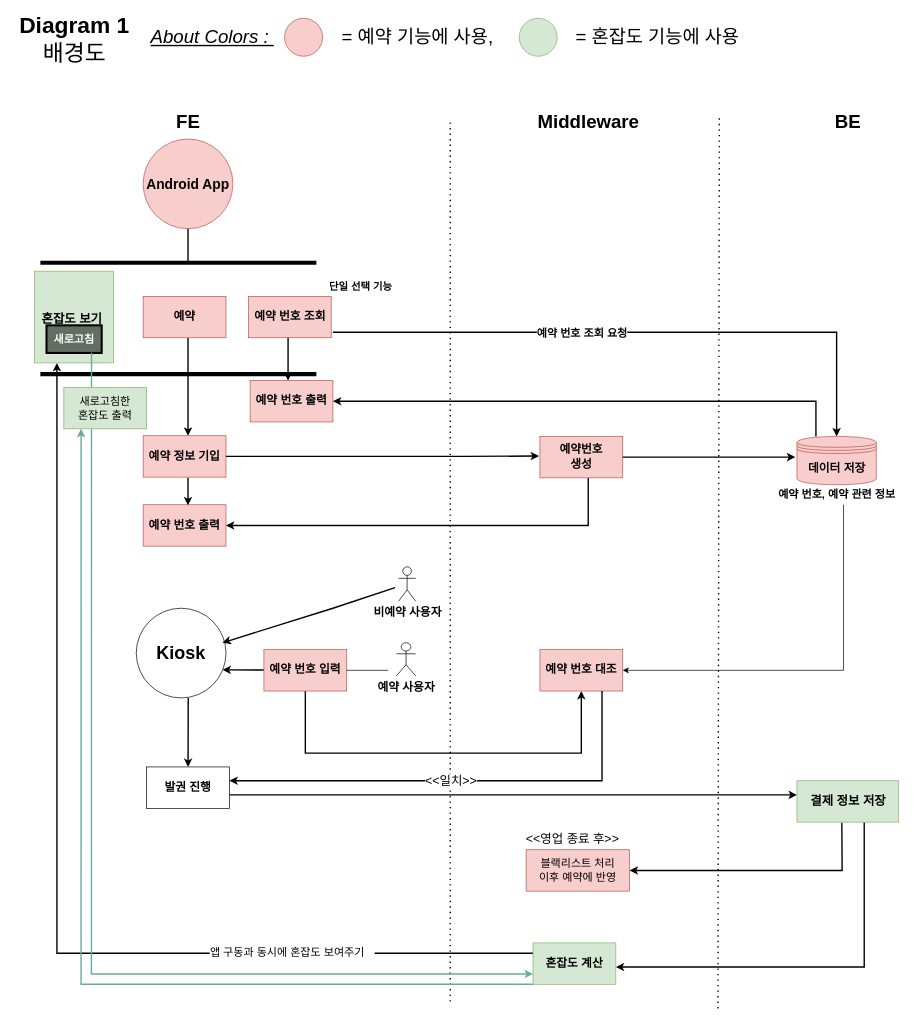
Before: Background_Diagram_01_SWProject.drawio in StrongCatWill/SWProject, a draw.io diagram. Source tidied: cells renumbered, new cells numbered last; positions are measured from the earlier drawing's top-left corner, leaving out a move shared by most shapes. Both pictures are drawn from the tidied source at 69%, with x=0, y=0 at pixel (12, 18).
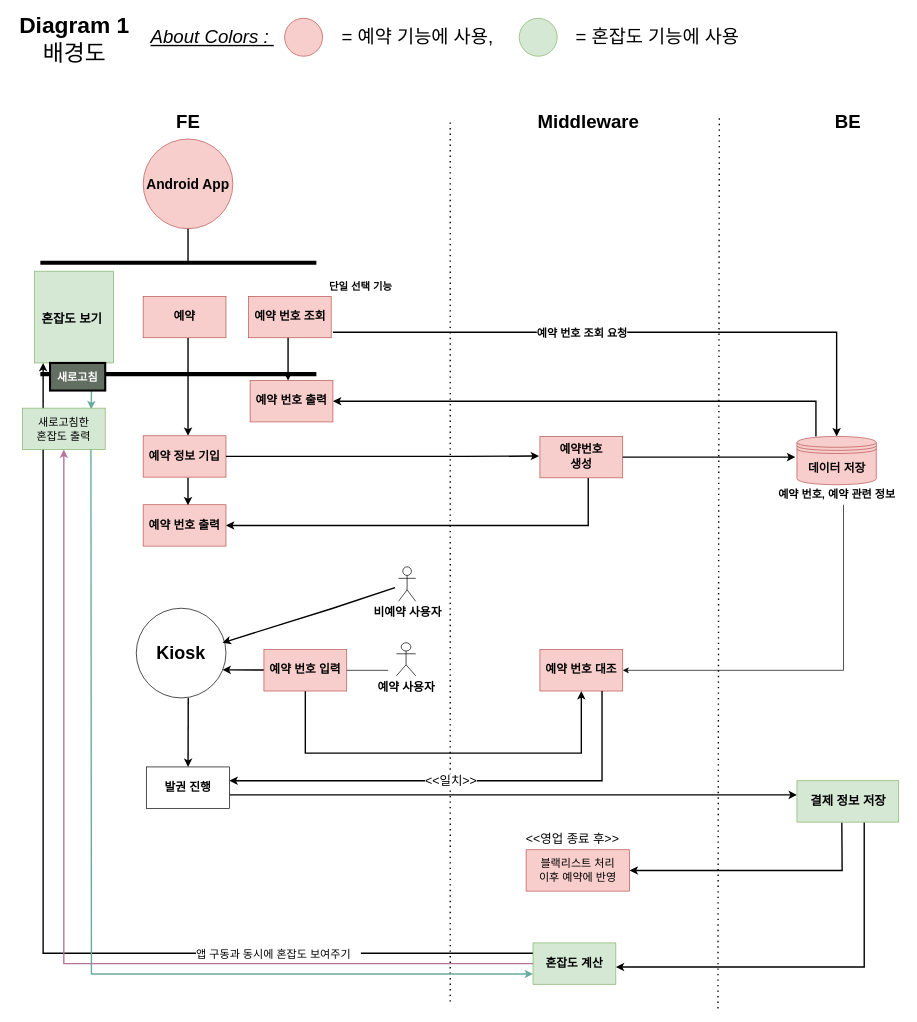
Above is the later version.

The change refers to these unchanged cells:
```xml
<mxCell id="47" value="&lt;b&gt;혼잡도 계산&lt;/b&gt;" style="whiteSpace=wrap;html=1;fontSize=17;fillColor=#d5e8d4;strokeColor=#82b366;rounded=0;" parent="1" vertex="1">
  <mxGeometry x="755" y="1340" width="120" height="60" as="geometry" />
</mxCell>
<mxCell id="56" value="&lt;font style=&quot;font-size: 18px&quot;&gt;&lt;b&gt;혼잡도 보기&amp;nbsp;&lt;/b&gt;&lt;/font&gt;" style="rounded=0;whiteSpace=wrap;html=1;labelBackgroundColor=none;fontSize=27;fillColor=#d5e8d4;strokeColor=#82b366;" parent="1" vertex="1">
  <mxGeometry x="32.5" y="366.5" width="114.7" height="133" as="geometry" />
</mxCell>
```

Change to the diagram source:
```diff
@@
+    <mxCell id="62" style="endArrow=classic;html=1;rounded=0;fontSize=16;fontColor=#000000;strokeColor=#67AB9F;strokeWidth=2;entryX=0.831;entryY=0.026;entryDx=0;entryDy=0;entryPerimeter=0;" parent="1" edge="1" target="61">
+      <mxGeometry relative="1" as="geometry">
+        <mxPoint x="115" y="539.5" as="sourcePoint" />
+      </mxGeometry>
+    </mxCell>
@@
     <mxCell id="45" style="edgeStyle=orthogonalEdgeStyle;rounded=0;jettySize=auto;html=1;fontSize=16;fontColor=#FFFFFF;strokeWidth=2;" parent="1" edge="1" source="47" target="56">
       <mxGeometry relative="1" as="geometry">
         <Array as="points">
-          <mxPoint x="65" y="1355" />
+          <mxPoint x="45" y="1355" />
         </Array>
       </mxGeometry>
     </mxCell>
@@
     <mxCell id="58" value="&lt;b&gt;&lt;font color=&quot;#ffffff&quot;&gt;새로고침&lt;/font&gt;&lt;/b&gt;" style="rounded=0;whiteSpace=wrap;html=1;fontSize=16;strokeWidth=3;fillColor=#636E63;strokeColor=#000000;" parent="1" vertex="1">
-      <mxGeometry x="49.9" y="445" width="80" height="40" as="geometry" />
+      <mxGeometry x="55" y="499.5" width="80" height="40" as="geometry" />
     </mxCell>
-    <mxCell id="59" style="edgeStyle=orthogonalEdgeStyle;rounded=0;jettySize=auto;html=1;fontSize=16;fontColor=#FFFFFF;strokeWidth=2;strokeColor=#67AB9F;exitX=0;exitY=1;exitDx=0;exitDy=0;" parent="1" edge="1" source="47">
-      <mxGeometry relative="1" as="geometry">
-        <mxPoint x="100" y="595" as="targetPoint" />
-        <Array as="points">
-          <mxPoint x="100" y="1400" />
-        </Array>
-      </mxGeometry>
-    </mxCell>
-    <mxCell id="60" style="endArrow=classic;html=1;rounded=0;fontSize=16;fontColor=#000000;entryX=0;entryY=0.75;entryDx=0;entryDy=0;strokeWidth=2;strokeColor=#67AB9F;exitX=0.815;exitY=0.995;exitDx=0;exitDy=0;exitPerimeter=0;" parent="1" edge="1" source="58" target="47">
+    <mxCell id="60" style="endArrow=classic;html=1;rounded=0;fontSize=16;fontColor=#000000;entryX=0;entryY=0.75;entryDx=0;entryDy=0;strokeWidth=2;strokeColor=#67AB9F;exitX=0.827;exitY=0.985;exitDx=0;exitDy=0;exitPerimeter=0;startArrow=none;" parent="1" edge="1" source="61" target="47">
       <mxGeometry relative="1" as="geometry">
         <Array as="points">
           <mxPoint x="115" y="1385" />
         </Array>
       </mxGeometry>
     </mxCell>
     <mxCell id="61" value="새로고침한&lt;br&gt;혼잡도 출력" style="rounded=0;whiteSpace=wrap;html=1;labelBackgroundColor=none;fontSize=16;strokeColor=#82b366;strokeWidth=1;fillColor=#d5e8d4;" parent="1" vertex="1">
-      <mxGeometry x="75" y="535" width="120" height="60" as="geometry" />
+      <mxGeometry x="15" y="565" width="120" height="60" as="geometry" />
     </mxCell>
+    <mxCell id="63" style="endArrow=classic;html=1;rounded=0;fontSize=16;fontColor=#000000;strokeColor=#B5739D;strokeWidth=2;exitX=0;exitY=0.5;exitDx=0;exitDy=0;entryX=0.5;entryY=1;entryDx=0;entryDy=0;" parent="1" edge="1" source="47" target="61">
+      <mxGeometry relative="1" as="geometry">
+        <Array as="points">
+          <mxPoint x="75" y="1370" />
+        </Array>
+      </mxGeometry>
+    </mxCell>
```
